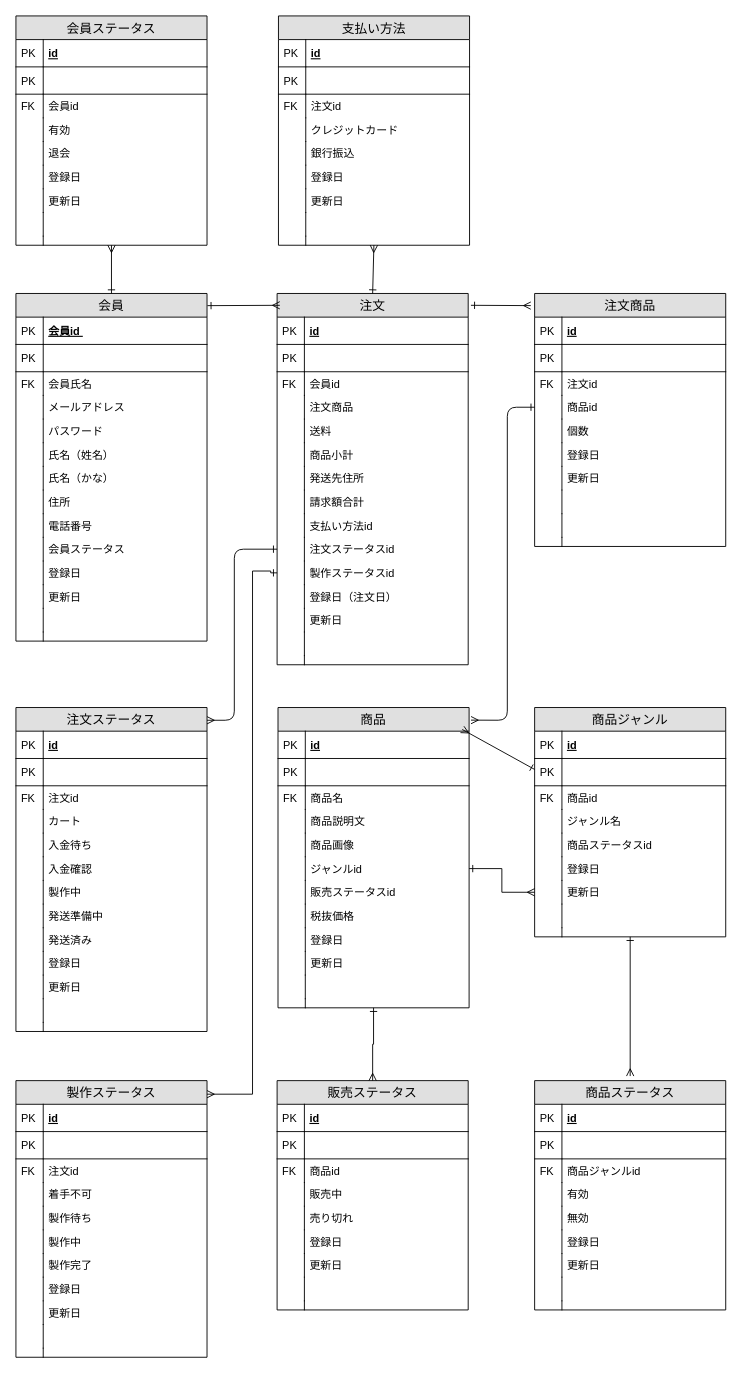
This is page "第二正規形" (3 of 4) of ER図.drawio from tibisaki67/ECsite, a draw.io file, before an edit. Source tidied: cells renumbered, new cells numbered last; positions are measured from the earlier drawing's top-left corner, leaving out a move shared by most shapes. Both pictures are drawn from the tidied source at 91%, with x=0, y=0 at pixel (15, 15).
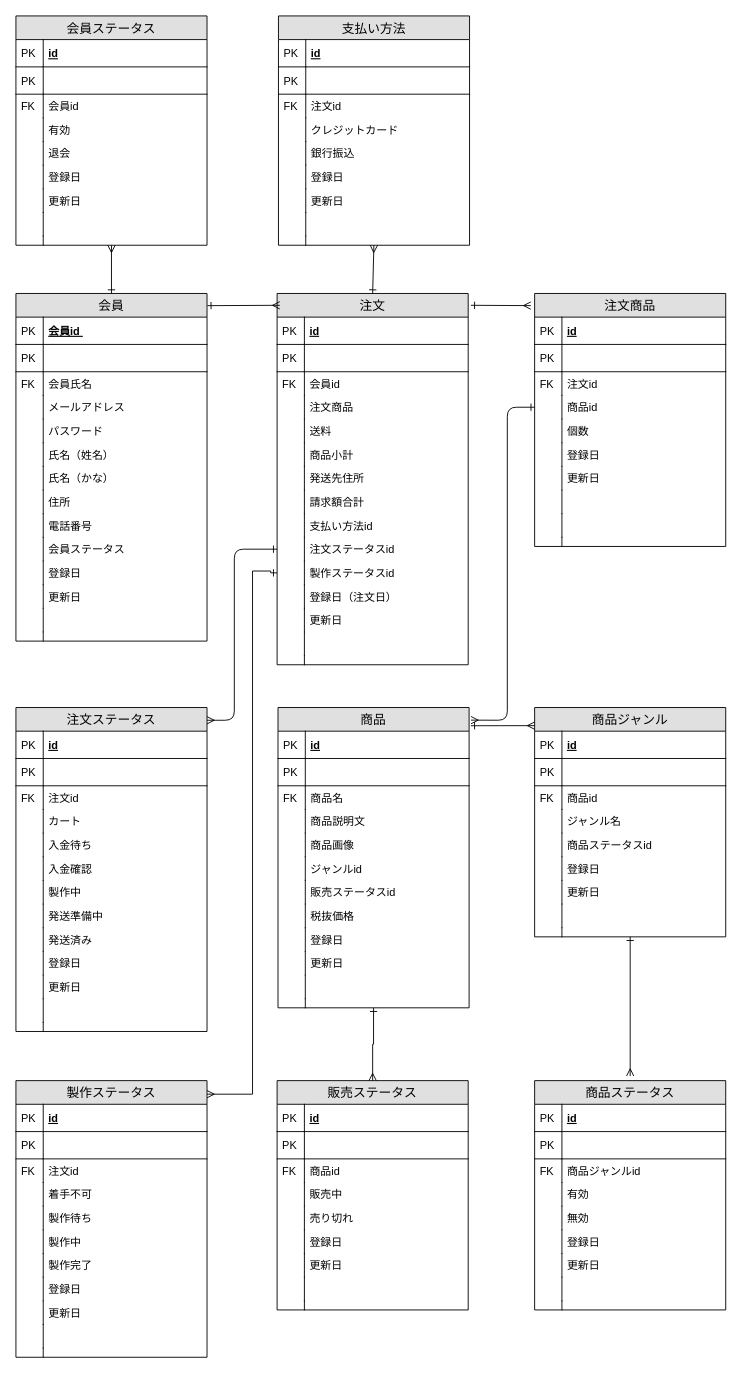
The same page after the edit.

Unchanged cells that the change refers to:
```xml
<mxCell id="84" value="商品" style="swimlane;fontStyle=0;horizontal=1;startSize=26;fillColor=#e0e0e0;swimlaneFillColor=#ffffff;align=center;fontSize=14;" parent="1" vertex="1">
  <mxGeometry x="288" y="760" width="210" height="330" as="geometry" />
</mxCell>
<mxCell id="95" value="ジャンルid" style="shape=partialRectangle;top=0;left=0;right=0;bottom=0;align=left;verticalAlign=top;fillColor=none;spacingLeft=34;spacingRight=4;overflow=hidden;points=[[0,0.5],[1,0.5]];portConstraint=eastwest;fontSize=12;" parent="84" vertex="1">
  <mxGeometry y="164" width="210" height="26" as="geometry" />
</mxCell>
<mxCell id="109" value="商品ジャンル" style="swimlane;fontStyle=0;horizontal=1;startSize=26;fillColor=#e0e0e0;swimlaneFillColor=#ffffff;align=center;fontSize=14;" parent="1" vertex="1">
  <mxGeometry x="570" y="760" width="210" height="252" as="geometry" />
</mxCell>
<mxCell id="122" value="更新日" style="shape=partialRectangle;top=0;left=0;right=0;bottom=0;align=left;verticalAlign=top;fillColor=none;spacingLeft=34;spacingRight=4;overflow=hidden;points=[[0,0.5],[1,0.5]];portConstraint=eastwest;fontSize=12;" parent="109" vertex="1">
  <mxGeometry y="190" width="210" height="26" as="geometry" />
</mxCell>
```

Change to the diagram source:
```diff
@@
-    <mxCell id="130" style="endArrow=ERone;html=1;endFill=0;startArrow=ERmany;startFill=0;exitX=0.964;exitY=0.073;exitDx=0;exitDy=0;exitPerimeter=0;" parent="1" edge="1" source="84" target="109">
-      <mxGeometry relative="1" as="geometry" />
-    </mxCell>
@@
-    <mxCell id="183" style="edgeStyle=orthogonalEdgeStyle;rounded=0;jettySize=auto;html=1;startArrow=ERmany;startFill=0;endArrow=ERone;endFill=0;" parent="1" edge="1" source="122" target="95">
-      <mxGeometry relative="1" as="geometry" />
-    </mxCell>
@@
+    <mxCell id="265" style="endArrow=ERmany;html=1;entryX=0;entryY=0.079;entryDx=0;entryDy=0;endFill=0;startArrow=ERone;startFill=0;entryPerimeter=0;" parent="1" edge="1" target="109">
+      <mxGeometry relative="1" as="geometry">
+        <mxPoint x="500" y="780" as="sourcePoint" />
+      </mxGeometry>
+    </mxCell>
```
